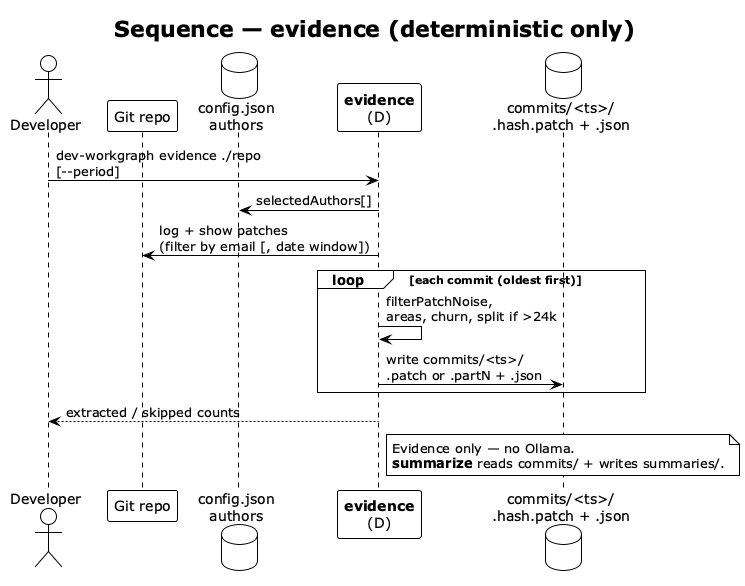
This is img/evidence-sequence.png from vzakharchenko/dev-workgraph, a PlantUML export, as it was before one commit.
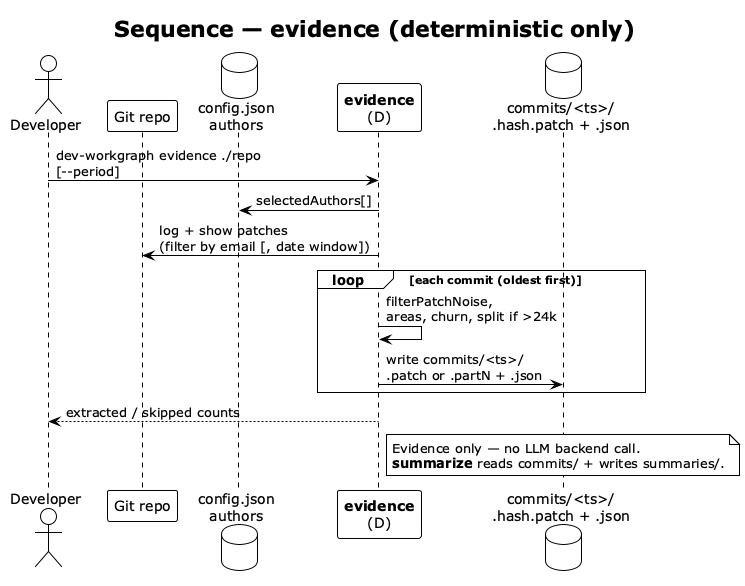
Later version of the same file.

Diff of the diagram source:
```diff
@@ -23,7 +23,7 @@
 EVID --> DEV : extracted / skipped counts
 
 note over DISK
-  Evidence only — no Ollama.
+  Evidence only — no LLM backend call.
   **summarize** reads commits/ + writes summaries/.
 end note
 
```
